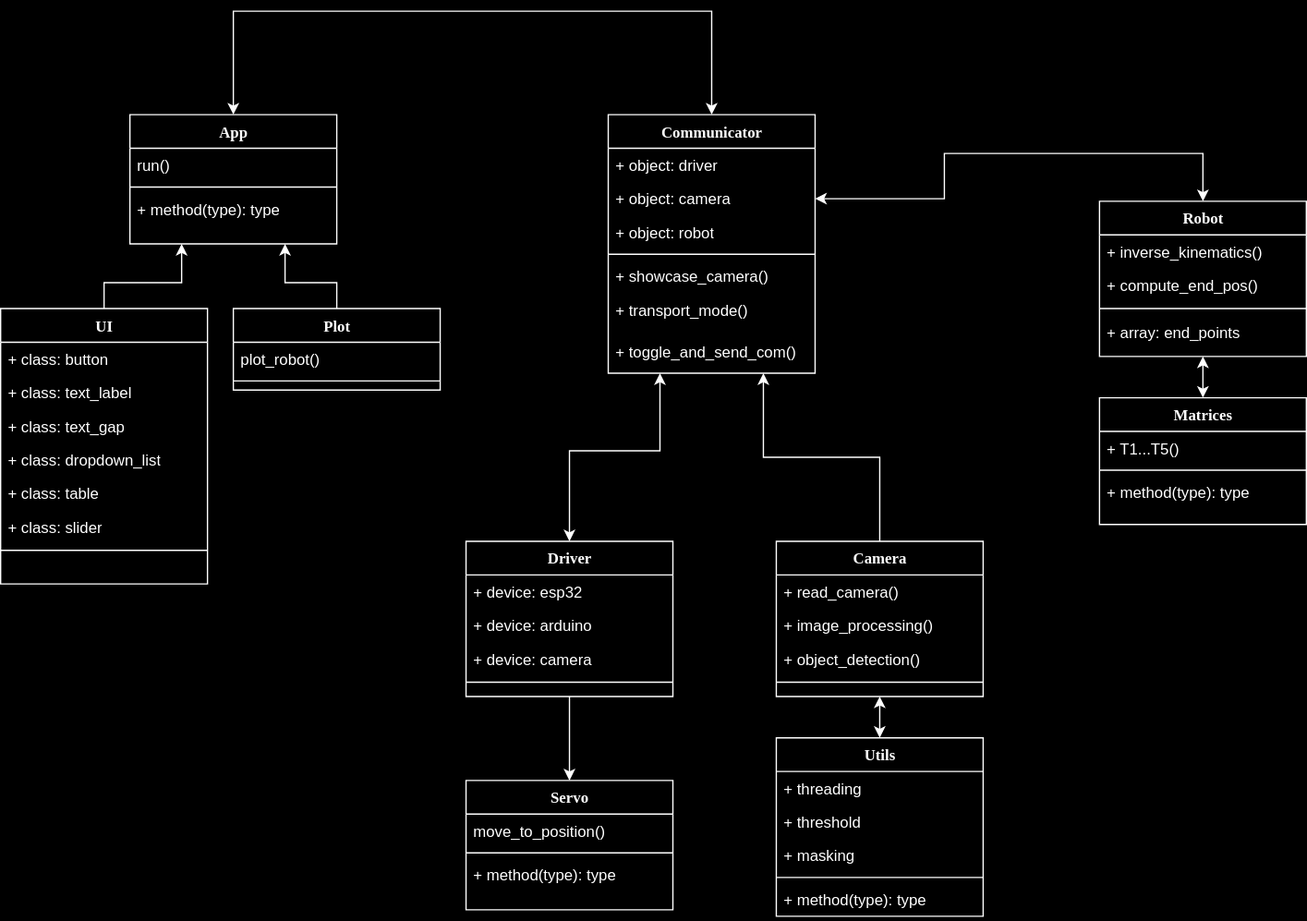
Above: docs/assets/model/model.drawio.svg in zarool/futurelab_robot (draw.io), before the change. Source tidied: cells renumbered, new cells last; positions are measured from the earlier drawing's top-left corner, leaving out a move shared by most shapes.
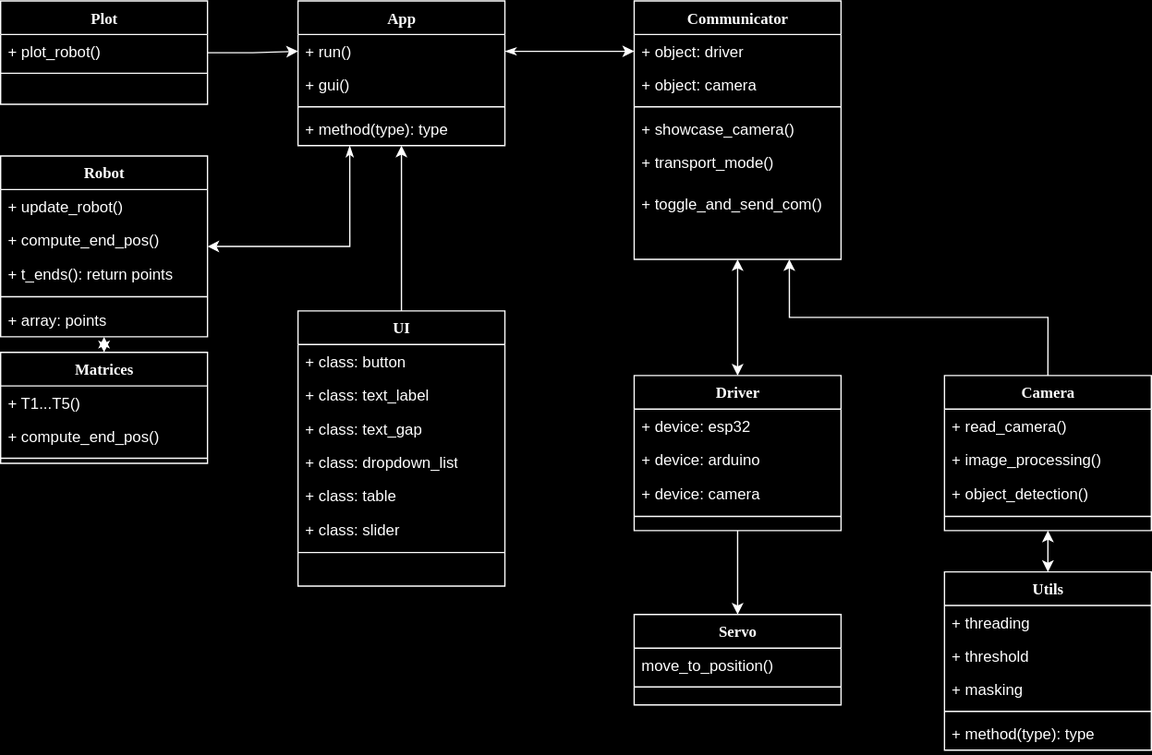
After the change.

The edit, as a diff of the source:
```diff
@@ -3,19 +3,22 @@
     <mxCell id="0" />
     <mxCell id="1" parent="0" />
     <mxCell id="2" value="&lt;div&gt;App&lt;/div&gt;" style="swimlane;html=1;fontStyle=1;align=center;verticalAlign=top;horizontal=1;startSize=26;swimlaneFillColor=#ffffff;rounded=0;shadow=0;comic=0;labelBackgroundColor=none;strokeWidth=1;fillColor=none;fontFamily=Verdana;fontSize=12;" parent="1" vertex="1">
-      <mxGeometry x="100" y="80" width="160" height="100" as="geometry" />
+      <mxGeometry x="305" y="125" width="160" height="112" as="geometry" />
     </mxCell>
-    <mxCell id="3" value="run()" style="text;html=1;strokeColor=none;fillColor=none;align=left;verticalAlign=top;spacingLeft=4;spacingRight=4;whiteSpace=wrap;overflow=hidden;points=[[0,0.5],[1,0.5]];portConstraint=eastwest;" parent="2" vertex="1">
+    <mxCell id="3" value="+ run()" style="text;html=1;strokeColor=none;fillColor=none;align=left;verticalAlign=top;spacingLeft=4;spacingRight=4;whiteSpace=wrap;overflow=hidden;points=[[0,0.5],[1,0.5]];portConstraint=eastwest;" parent="2" vertex="1">
       <mxGeometry y="26" width="160" height="26" as="geometry" />
     </mxCell>
+    <mxCell id="63" value="+ gui()" style="text;html=1;strokeColor=none;fillColor=none;align=left;verticalAlign=top;spacingLeft=4;spacingRight=4;whiteSpace=wrap;overflow=hidden;" parent="2" vertex="1">
+      <mxGeometry y="52" width="160" height="26" as="geometry" />
+    </mxCell>
     <mxCell id="4" style="line;html=1;strokeWidth=1;fillColor=none;align=left;verticalAlign=middle;spacingTop=-1;spacingLeft=3;spacingRight=3;labelPosition=right;" parent="2" vertex="1">
-      <mxGeometry y="52" width="160" height="8" as="geometry" />
+      <mxGeometry y="78" width="160" height="8" as="geometry" />
     </mxCell>
     <mxCell id="5" value="+ method(type): type" style="text;html=1;strokeColor=none;fillColor=none;align=left;verticalAlign=top;spacingLeft=4;spacingRight=4;whiteSpace=wrap;overflow=hidden;" parent="2" vertex="1">
-      <mxGeometry y="60" width="160" height="26" as="geometry" />
+      <mxGeometry y="86" width="160" height="26" as="geometry" />
     </mxCell>
     <mxCell id="6" value="Communicator" style="swimlane;html=1;fontStyle=1;align=center;verticalAlign=top;horizontal=1;startSize=26;swimlaneFillColor=#ffffff;rounded=0;shadow=0;comic=0;labelBackgroundColor=none;strokeWidth=1;fillColor=none;fontFamily=Verdana;fontSize=12;" parent="1" vertex="1">
-      <mxGeometry x="470" y="80" width="160" height="200" as="geometry" />
+      <mxGeometry x="565" y="125" width="160" height="200" as="geometry" />
     </mxCell>
     <mxCell id="7" value="+ object: driver" style="text;html=1;strokeColor=none;fillColor=none;align=left;verticalAlign=top;spacingLeft=4;spacingRight=4;whiteSpace=wrap;overflow=hidden;points=[[0,0.5],[1,0.5]];portConstraint=eastwest;" parent="6" vertex="1">
       <mxGeometry y="26" width="160" height="26" as="geometry" />
@@ -23,23 +26,23 @@
     <mxCell id="8" value="+ object: camera" style="text;html=1;strokeColor=none;fillColor=none;align=left;verticalAlign=top;spacingLeft=4;spacingRight=4;whiteSpace=wrap;overflow=hidden;points=[[0,0.5],[1,0.5]];portConstraint=eastwest;" parent="6" vertex="1">
       <mxGeometry y="52" width="160" height="26" as="geometry" />
     </mxCell>
-    <mxCell id="9" value="+ object: robot" style="text;html=1;strokeColor=none;fillColor=none;align=left;verticalAlign=top;spacingLeft=4;spacingRight=4;whiteSpace=wrap;overflow=hidden;" parent="6" vertex="1">
-      <mxGeometry y="78" width="160" height="26" as="geometry" />
-    </mxCell>
     <mxCell id="10" style="line;html=1;strokeWidth=1;fillColor=none;align=left;verticalAlign=middle;spacingTop=-1;spacingLeft=3;spacingRight=3;labelPosition=right;" parent="6" vertex="1">
-      <mxGeometry y="104" width="160" height="8" as="geometry" />
+      <mxGeometry y="78" width="160" height="8" as="geometry" />
     </mxCell>
     <mxCell id="11" value="+ showcase_camera()" style="text;html=1;strokeColor=none;fillColor=none;align=left;verticalAlign=top;spacingLeft=4;spacingRight=4;whiteSpace=wrap;overflow=hidden;" parent="6" vertex="1">
-      <mxGeometry y="112" width="160" height="26" as="geometry" />
+      <mxGeometry y="86" width="160" height="26" as="geometry" />
     </mxCell>
     <mxCell id="12" value="&lt;div&gt;+ transport_mode()&lt;/div&gt;" style="text;html=1;strokeColor=none;fillColor=none;align=left;verticalAlign=top;spacingLeft=4;spacingRight=4;whiteSpace=wrap;overflow=hidden;" parent="6" vertex="1">
-      <mxGeometry y="138" width="160" height="32" as="geometry" />
+      <mxGeometry y="112" width="160" height="32" as="geometry" />
     </mxCell>
     <mxCell id="13" value="+ toggle_and_send_com()" style="text;html=1;strokeColor=none;fillColor=none;align=left;verticalAlign=top;spacingLeft=4;spacingRight=4;whiteSpace=wrap;overflow=hidden;" parent="6" vertex="1">
-      <mxGeometry y="170" width="160" height="26" as="geometry" />
+      <mxGeometry y="144" width="160" height="26" as="geometry" />
     </mxCell>
+    <mxCell id="26" style="edgeStyle=orthogonalEdgeStyle;rounded=0;jettySize=auto;html=1;entryX=0.5;entryY=1;entryDx=0;entryDy=0;" parent="1" edge="1" source="14" target="2">
+      <mxGeometry relative="1" as="geometry" />
+    </mxCell>
     <mxCell id="14" value="UI" style="swimlane;html=1;fontStyle=1;align=center;verticalAlign=top;horizontal=1;startSize=26;swimlaneFillColor=#ffffff;rounded=0;shadow=0;comic=0;labelBackgroundColor=none;strokeWidth=1;fillColor=none;fontFamily=Verdana;fontSize=12;" parent="1" vertex="1">
-      <mxGeometry y="230" width="160" height="213" as="geometry" />
+      <mxGeometry x="305" y="365" width="160" height="213" as="geometry" />
     </mxCell>
     <mxCell id="15" value="+ class: button" style="text;html=1;strokeColor=none;fillColor=none;align=left;verticalAlign=top;spacingLeft=4;spacingRight=4;whiteSpace=wrap;overflow=hidden;" parent="14" vertex="1">
       <mxGeometry y="26" width="160" height="26" as="geometry" />
@@ -62,42 +65,20 @@
     <mxCell id="21" style="line;html=1;strokeWidth=1;fillColor=none;align=left;verticalAlign=middle;spacingTop=-1;spacingLeft=3;spacingRight=3;labelPosition=right;" parent="14" vertex="1">
       <mxGeometry y="182" width="160" height="10" as="geometry" />
     </mxCell>
+    <mxCell id="64" style="edgeStyle=orthogonalEdgeStyle;rounded=0;jettySize=auto;html=1;entryX=0;entryY=0.5;entryDx=0;entryDy=0;" parent="1" edge="1" source="22" target="3">
+      <mxGeometry relative="1" as="geometry" />
+    </mxCell>
     <mxCell id="22" value="Plot" style="swimlane;html=1;fontStyle=1;align=center;verticalAlign=top;horizontal=1;startSize=26;swimlaneFillColor=#ffffff;rounded=0;shadow=0;comic=0;labelBackgroundColor=none;strokeWidth=1;fillColor=none;fontFamily=Verdana;fontSize=12;" parent="1" vertex="1">
-      <mxGeometry x="180" y="230" width="160" height="63" as="geometry" />
+      <mxGeometry x="75" y="125" width="160" height="80" as="geometry" />
     </mxCell>
-    <mxCell id="23" value="plot_robot()" style="text;html=1;strokeColor=none;fillColor=none;align=left;verticalAlign=top;spacingLeft=4;spacingRight=4;whiteSpace=wrap;overflow=hidden;" parent="22" vertex="1">
+    <mxCell id="23" value="+ plot_robot()" style="text;html=1;strokeColor=none;fillColor=none;align=left;verticalAlign=top;spacingLeft=4;spacingRight=4;whiteSpace=wrap;overflow=hidden;" parent="22" vertex="1">
       <mxGeometry y="26" width="160" height="26" as="geometry" />
     </mxCell>
     <mxCell id="24" style="line;html=1;strokeWidth=1;fillColor=none;align=left;verticalAlign=middle;spacingTop=-1;spacingLeft=3;spacingRight=3;labelPosition=right;" parent="22" vertex="1">
       <mxGeometry y="52" width="160" height="8" as="geometry" />
     </mxCell>
-    <mxCell id="25" style="endArrow=classic;startArrow=classic;html=1;rounded=0;entryX=0.5;entryY=0;entryDx=0;entryDy=0;exitX=0.5;exitY=0;exitDx=0;exitDy=0;" parent="1" edge="1" source="2" target="6">
-      <mxGeometry relative="1" as="geometry">
-        <Array as="points">
-          <mxPoint x="180" />
-          <mxPoint x="550" />
-          <mxPoint x="550" y="70" />
-        </Array>
-      </mxGeometry>
-    </mxCell>
-    <mxCell id="26" style="endArrow=classic;html=1;rounded=0;exitX=0.5;exitY=0;exitDx=0;exitDy=0;entryX=0.25;entryY=1;entryDx=0;entryDy=0;" parent="1" edge="1" source="14" target="2">
-      <mxGeometry relative="1" as="geometry">
-        <Array as="points">
-          <mxPoint x="80" y="210" />
-          <mxPoint x="140" y="210" />
-        </Array>
-      </mxGeometry>
-    </mxCell>
-    <mxCell id="27" style="endArrow=classic;html=1;rounded=0;exitX=0.5;exitY=0;exitDx=0;exitDy=0;entryX=0.75;entryY=1;entryDx=0;entryDy=0;" parent="1" edge="1" source="22" target="2">
-      <mxGeometry relative="1" as="geometry">
-        <Array as="points">
-          <mxPoint x="260" y="210" />
-          <mxPoint x="220" y="210" />
-        </Array>
-      </mxGeometry>
-    </mxCell>
     <mxCell id="28" value="Servo" style="swimlane;html=1;fontStyle=1;align=center;verticalAlign=top;horizontal=1;startSize=26;swimlaneFillColor=#ffffff;rounded=0;shadow=0;comic=0;labelBackgroundColor=none;strokeWidth=1;fillColor=none;fontFamily=Verdana;fontSize=12;" parent="1" vertex="1">
-      <mxGeometry x="360" y="595" width="160" height="100" as="geometry" />
+      <mxGeometry x="565" y="600" width="160" height="70" as="geometry" />
     </mxCell>
     <mxCell id="29" value="move_to_position()" style="text;html=1;strokeColor=none;fillColor=none;align=left;verticalAlign=top;spacingLeft=4;spacingRight=4;whiteSpace=wrap;overflow=hidden;" parent="28" vertex="1">
       <mxGeometry y="26" width="160" height="26" as="geometry" />
@@ -105,14 +86,11 @@
     <mxCell id="30" style="line;html=1;strokeWidth=1;fillColor=none;align=left;verticalAlign=middle;spacingTop=-1;spacingLeft=3;spacingRight=3;labelPosition=right;" parent="28" vertex="1">
       <mxGeometry y="52" width="160" height="8" as="geometry" />
     </mxCell>
-    <mxCell id="31" value="+ method(type): type" style="text;html=1;strokeColor=none;fillColor=none;align=left;verticalAlign=top;spacingLeft=4;spacingRight=4;whiteSpace=wrap;overflow=hidden;" parent="28" vertex="1">
-      <mxGeometry y="60" width="160" height="26" as="geometry" />
-    </mxCell>
     <mxCell id="32" style="edgeStyle=orthogonalEdgeStyle;rounded=0;jettySize=auto;html=1;entryX=0.5;entryY=0;entryDx=0;entryDy=0;" parent="1" edge="1" source="33" target="28">
       <mxGeometry relative="1" as="geometry" />
     </mxCell>
     <mxCell id="33" value="Driver" style="swimlane;html=1;fontStyle=1;align=center;verticalAlign=top;horizontal=1;startSize=26;swimlaneFillColor=#ffffff;rounded=0;shadow=0;comic=0;labelBackgroundColor=none;strokeWidth=1;fillColor=none;fontFamily=Verdana;fontSize=12;" parent="1" vertex="1">
-      <mxGeometry x="360" y="410" width="160" height="120" as="geometry" />
+      <mxGeometry x="565" y="415" width="160" height="120" as="geometry" />
     </mxCell>
     <mxCell id="34" value="&lt;div&gt;+ device: esp32&lt;/div&gt;" style="text;html=1;strokeColor=none;fillColor=none;align=left;verticalAlign=top;spacingLeft=4;spacingRight=4;whiteSpace=wrap;overflow=hidden;" parent="33" vertex="1">
       <mxGeometry y="26" width="160" height="26" as="geometry" />
@@ -127,7 +105,7 @@
       <mxGeometry y="104" width="160" height="10" as="geometry" />
     </mxCell>
     <mxCell id="38" value="Utils" style="swimlane;html=1;fontStyle=1;align=center;verticalAlign=top;horizontal=1;startSize=26;swimlaneFillColor=#ffffff;rounded=0;shadow=0;comic=0;labelBackgroundColor=none;strokeWidth=1;fillColor=none;fontFamily=Verdana;fontSize=12;" parent="1" vertex="1">
-      <mxGeometry x="600" y="562" width="160" height="138" as="geometry" />
+      <mxGeometry x="805" y="567" width="160" height="138" as="geometry" />
     </mxCell>
     <mxCell id="39" value="+ threading" style="text;html=1;strokeColor=none;fillColor=none;align=left;verticalAlign=top;spacingLeft=4;spacingRight=4;whiteSpace=wrap;overflow=hidden;" parent="38" vertex="1">
       <mxGeometry y="26" width="160" height="26" as="geometry" />
@@ -148,7 +126,7 @@
       <mxGeometry relative="1" as="geometry" />
     </mxCell>
     <mxCell id="45" value="Camera" style="swimlane;html=1;fontStyle=1;align=center;verticalAlign=top;horizontal=1;startSize=26;swimlaneFillColor=#ffffff;rounded=0;shadow=0;comic=0;labelBackgroundColor=none;strokeWidth=1;fillColor=none;fontFamily=Verdana;fontSize=12;" parent="1" vertex="1">
-      <mxGeometry x="600" y="410" width="160" height="120" as="geometry" />
+      <mxGeometry x="805" y="415" width="160" height="120" as="geometry" />
     </mxCell>
     <mxCell id="46" value="&lt;div&gt;+ read_camera()&lt;/div&gt;" style="text;html=1;strokeColor=none;fillColor=none;align=left;verticalAlign=top;spacingLeft=4;spacingRight=4;whiteSpace=wrap;overflow=hidden;" parent="45" vertex="1">
       <mxGeometry y="26" width="160" height="26" as="geometry" />
@@ -166,51 +144,50 @@
       <mxGeometry relative="1" as="geometry" />
     </mxCell>
     <mxCell id="51" value="Matrices" style="swimlane;html=1;fontStyle=1;align=center;verticalAlign=top;horizontal=1;startSize=26;swimlaneFillColor=#ffffff;rounded=0;shadow=0;comic=0;labelBackgroundColor=none;strokeWidth=1;fillColor=none;fontFamily=Verdana;fontSize=12;" parent="1" vertex="1">
-      <mxGeometry x="850" y="299" width="160" height="98" as="geometry" />
+      <mxGeometry x="75" y="397" width="160" height="86" as="geometry" />
     </mxCell>
     <mxCell id="52" value="+ T1...T5()" style="text;html=1;strokeColor=none;fillColor=none;align=left;verticalAlign=top;spacingLeft=4;spacingRight=4;whiteSpace=wrap;overflow=hidden;" parent="51" vertex="1">
       <mxGeometry y="26" width="160" height="26" as="geometry" />
     </mxCell>
+    <mxCell id="65" value="+ compute_end_pos()" style="text;html=1;strokeColor=none;fillColor=none;align=left;verticalAlign=top;spacingLeft=4;spacingRight=4;whiteSpace=wrap;overflow=hidden;" parent="51" vertex="1">
+      <mxGeometry y="52" width="160" height="26" as="geometry" />
+    </mxCell>
     <mxCell id="53" style="line;html=1;strokeWidth=1;fillColor=none;align=left;verticalAlign=middle;spacingTop=-1;spacingLeft=3;spacingRight=3;labelPosition=right;" parent="51" vertex="1">
-      <mxGeometry y="52" width="160" height="8" as="geometry" />
+      <mxGeometry y="78" width="160" height="8" as="geometry" />
     </mxCell>
-    <mxCell id="54" value="+ method(type): type" style="text;html=1;strokeColor=none;fillColor=none;align=left;verticalAlign=top;spacingLeft=4;spacingRight=4;whiteSpace=wrap;overflow=hidden;" parent="51" vertex="1">
-      <mxGeometry y="60" width="160" height="26" as="geometry" />
-    </mxCell>
+    <mxCell id="66" style="edgeStyle=orthogonalEdgeStyle;rounded=0;jettySize=auto;html=1;entryX=0.25;entryY=1;entryDx=0;entryDy=0;endArrow=classicThin;endFill=1;startArrow=classic;startFill=1;" parent="1" edge="1" source="55" target="2">
+      <mxGeometry relative="1" as="geometry" />
+    </mxCell>
     <mxCell id="55" value="Robot" style="swimlane;html=1;fontStyle=1;align=center;verticalAlign=top;horizontal=1;startSize=26;swimlaneFillColor=#ffffff;rounded=0;shadow=0;comic=0;labelBackgroundColor=none;strokeWidth=1;fillColor=none;fontFamily=Verdana;fontSize=12;" parent="1" vertex="1">
-      <mxGeometry x="850" y="147" width="160" height="120" as="geometry" />
+      <mxGeometry x="75" y="245" width="160" height="140" as="geometry" />
     </mxCell>
-    <mxCell id="56" value="+ inverse_kinematics()" style="text;html=1;strokeColor=none;fillColor=none;align=left;verticalAlign=top;spacingLeft=4;spacingRight=4;whiteSpace=wrap;overflow=hidden;" parent="55" vertex="1">
+    <mxCell id="56" value="+ update_robot()" style="text;html=1;strokeColor=none;fillColor=none;align=left;verticalAlign=top;spacingLeft=4;spacingRight=4;whiteSpace=wrap;overflow=hidden;" parent="55" vertex="1">
       <mxGeometry y="26" width="160" height="26" as="geometry" />
     </mxCell>
     <mxCell id="57" value="+ compute_end_pos()" style="text;html=1;strokeColor=none;fillColor=none;align=left;verticalAlign=top;spacingLeft=4;spacingRight=4;whiteSpace=wrap;overflow=hidden;" parent="55" vertex="1">
       <mxGeometry y="52" width="160" height="26" as="geometry" />
     </mxCell>
+    <mxCell id="67" value="+ t_ends(): return points" style="text;html=1;strokeColor=none;fillColor=none;align=left;verticalAlign=top;spacingLeft=4;spacingRight=4;whiteSpace=wrap;overflow=hidden;" parent="55" vertex="1">
+      <mxGeometry y="78" width="160" height="26" as="geometry" />
+    </mxCell>
     <mxCell id="58" style="line;html=1;strokeWidth=1;fillColor=none;align=left;verticalAlign=middle;spacingTop=-1;spacingLeft=3;spacingRight=3;labelPosition=right;" parent="55" vertex="1">
-      <mxGeometry y="78" width="160" height="10" as="geometry" />
+      <mxGeometry y="104" width="160" height="10" as="geometry" />
     </mxCell>
-    <mxCell id="59" value="+ array: end_points" style="text;html=1;strokeColor=none;fillColor=none;align=left;verticalAlign=top;spacingLeft=4;spacingRight=4;whiteSpace=wrap;overflow=hidden;" parent="55" vertex="1">
-      <mxGeometry y="88" width="160" height="26" as="geometry" />
+    <mxCell id="59" value="+ array: points" style="text;html=1;strokeColor=none;fillColor=none;align=left;verticalAlign=top;spacingLeft=4;spacingRight=4;whiteSpace=wrap;overflow=hidden;" parent="55" vertex="1">
+      <mxGeometry y="114" width="160" height="26" as="geometry" />
     </mxCell>
     <mxCell id="60" style="endArrow=classic;startArrow=classic;html=1;rounded=0;exitX=0.5;exitY=0;exitDx=0;exitDy=0;entryX=0.5;entryY=1;entryDx=0;entryDy=0;" parent="1" edge="1" source="51" target="55">
       <mxGeometry relative="1" as="geometry" />
     </mxCell>
-    <mxCell id="61" style="endArrow=classic;startArrow=classic;html=1;rounded=0;entryX=0.25;entryY=1;entryDx=0;entryDy=0;exitX=0.5;exitY=0;exitDx=0;exitDy=0;" parent="1" edge="1" source="33" target="6">
+    <mxCell id="61" style="endArrow=classic;startArrow=classic;html=1;rounded=0;entryX=0.5;entryY=1;entryDx=0;entryDy=0;exitX=0.5;exitY=0;exitDx=0;exitDy=0;" parent="1" edge="1" source="33" target="6">
       <mxGeometry relative="1" as="geometry">
         <Array as="points">
-          <mxPoint x="440" y="340" />
-          <mxPoint x="510" y="340" />
+          <mxPoint x="645" y="345" />
         </Array>
       </mxGeometry>
     </mxCell>
-    <mxCell id="62" style="endArrow=classic;startArrow=classic;html=1;rounded=0;entryX=0.5;entryY=0;entryDx=0;entryDy=0;exitX=1;exitY=0.5;exitDx=0;exitDy=0;" parent="1" edge="1" source="8" target="55">
-      <mxGeometry relative="1" as="geometry">
-        <Array as="points">
-          <mxPoint x="730" y="145" />
-          <mxPoint x="730" y="110" />
-          <mxPoint x="930" y="110" />
-        </Array>
-      </mxGeometry>
-    </mxCell>
+    <mxCell id="68" style="edgeStyle=orthogonalEdgeStyle;rounded=0;jettySize=auto;html=1;entryX=0;entryY=0.5;entryDx=0;entryDy=0;startArrow=classicThin;startFill=1;" parent="1" edge="1" source="3" target="7">
+      <mxGeometry relative="1" as="geometry" />
+    </mxCell>
   </root>
 </mxGraphModel>
```
